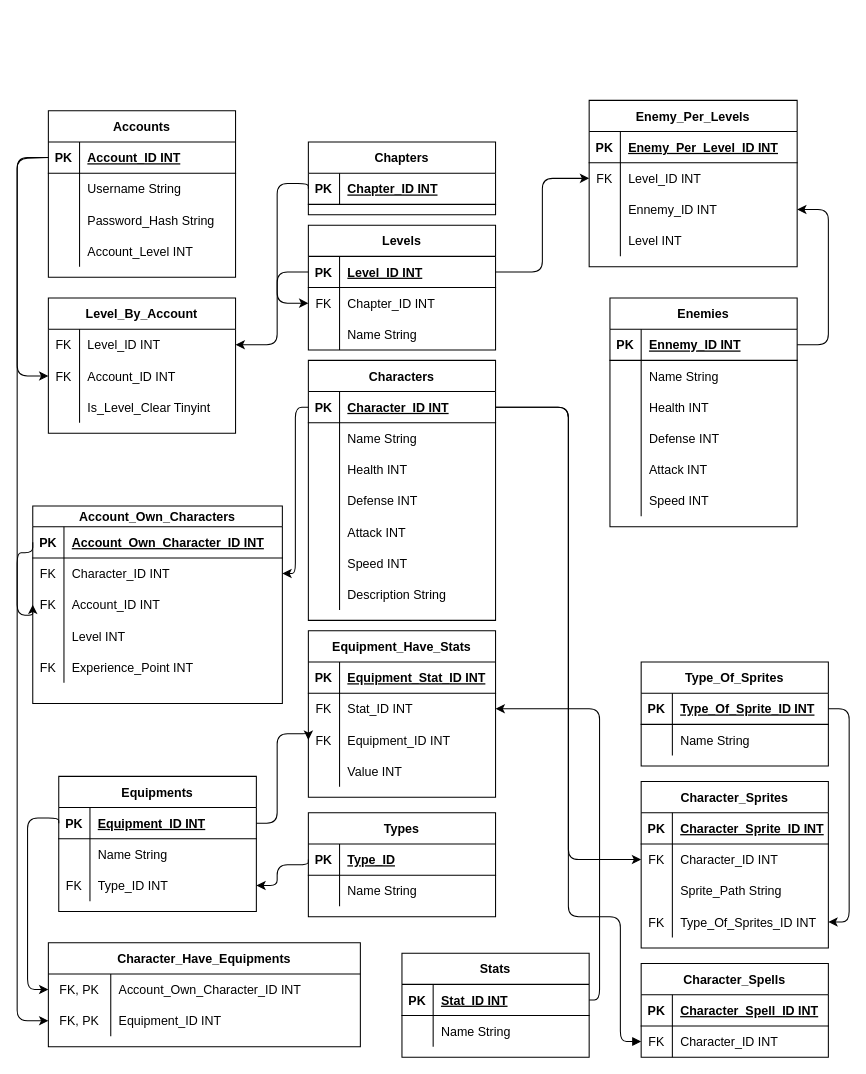
Above: Documentation/MLD.drawio in Nomeos/Code-TimeRewind (draw.io), before the change. Source tidied: cells renumbered, new cells numbered last; positions are measured from the earlier drawing's top-left corner, leaving out a move shared by most shapes. Both pictures are drawn from the tidied source at 104%, with x=0, y=0 at pixel (17, 100).
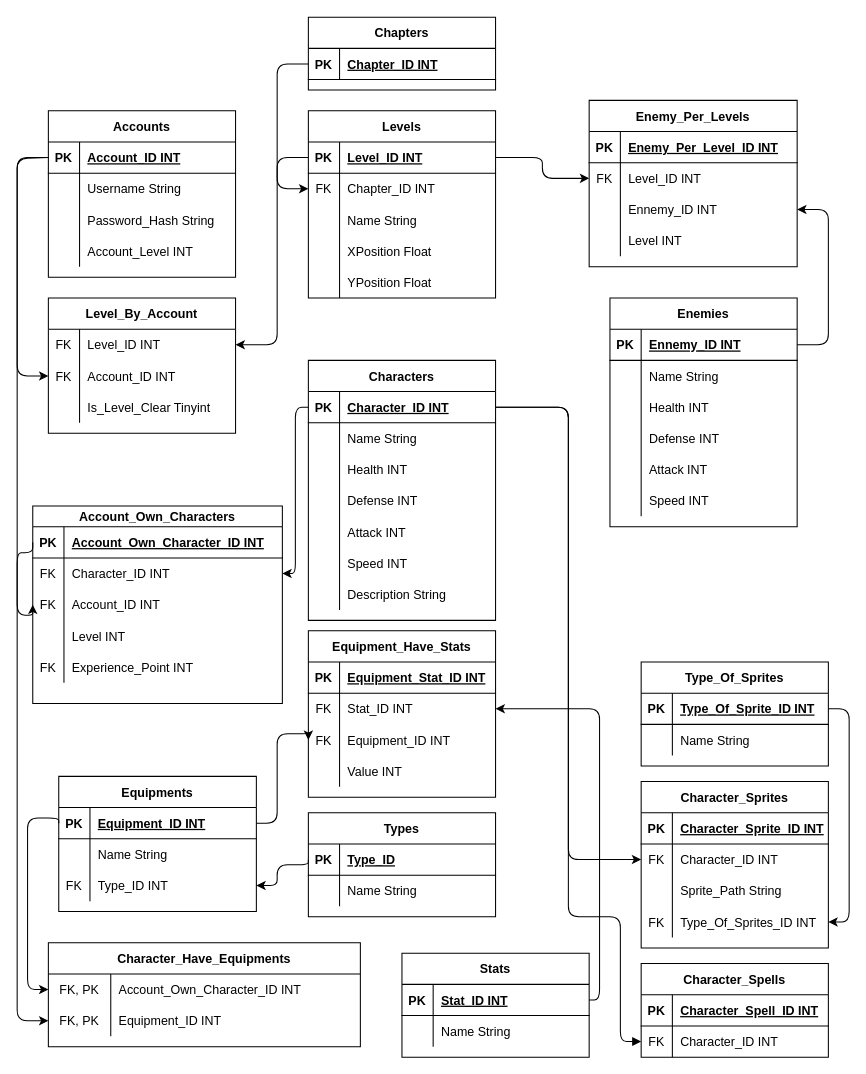
The same page after the edit.

Unchanged cells that the change refers to:
```xml
<mxCell id="152" style="shape=partialRectangle;fillColor=none;top=0;left=0;bottom=1;right=0;points=[[0,0.5],[1,0.5]];portConstraint=eastwest;" parent="151" vertex="1">
  <mxGeometry y="30" width="180" height="30" as="geometry" />
</mxCell>
<mxCell id="155" style="shape=partialRectangle;fillColor=none;top=0;left=0;bottom=0;right=0;points=[[0,0.5],[1,0.5]];portConstraint=eastwest;" parent="151" vertex="1">
  <mxGeometry y="60" width="180" height="30" as="geometry" />
</mxCell>
<mxCell id="164" style="shape=partialRectangle;fillColor=none;top=0;left=0;bottom=0;right=0;points=[[0,0.5],[1,0.5]];portConstraint=eastwest;" parent="163" vertex="1">
  <mxGeometry y="30" width="180" height="30" as="geometry" />
</mxCell>
<mxCell id="191" style="shape=partialRectangle;fillColor=none;top=0;left=0;bottom=1;right=0;points=[[0,0.5],[1,0.5]];portConstraint=eastwest;" parent="190" vertex="1">
  <mxGeometry y="30" width="180" height="30" as="geometry" />
</mxCell>
```

The edit, as a diff of the source:
```diff
@@
     <mxCell id="151" value="Levels" style="shape=table;startSize=30;childLayout=tableLayout;rowLines=0;fontStyle=1;align=center;" parent="1" vertex="1">
-      <mxGeometry x="280" y="120" width="180" height="120" as="geometry" />
+      <mxGeometry x="280" y="10" width="180" height="180" as="geometry" />
     </mxCell>
@@
+    <mxCell id="195" style="shape=partialRectangle;fillColor=none;top=0;left=0;bottom=0;right=0;" parent="151" vertex="1">
+      <mxGeometry y="120" width="180" height="30" as="geometry" />
+    </mxCell>
+    <mxCell id="196" style="shape=partialRectangle;fillColor=none;top=0;left=0;bottom=0;right=0;overflow=hidden;" parent="195" vertex="1">
+      <mxGeometry width="30" height="30" as="geometry" />
+    </mxCell>
+    <mxCell id="197" value="XPosition Float" style="shape=partialRectangle;fillColor=none;top=0;left=0;bottom=0;right=0;align=left;spacingLeft=6;overflow=hidden;" parent="195" vertex="1">
+      <mxGeometry x="30" width="150" height="30" as="geometry" />
+    </mxCell>
+    <mxCell id="198" style="shape=partialRectangle;fillColor=none;top=0;left=0;bottom=0;right=0;" parent="151" vertex="1">
+      <mxGeometry y="150" width="180" height="30" as="geometry" />
+    </mxCell>
+    <mxCell id="199" style="shape=partialRectangle;fillColor=none;top=0;left=0;bottom=0;right=0;overflow=hidden;" parent="198" vertex="1">
+      <mxGeometry width="30" height="30" as="geometry" />
+    </mxCell>
+    <mxCell id="200" value="YPosition Float" style="shape=partialRectangle;fillColor=none;top=0;left=0;bottom=0;right=0;align=left;spacingLeft=6;overflow=hidden;" parent="198" vertex="1">
+      <mxGeometry x="30" width="150" height="30" as="geometry" />
+    </mxCell>
@@
     <mxCell id="186" style="fontSize=12;html=1;endArrow=none;endFill=0;entryX=0;entryY=0.5;entryDx=0;entryDy=0;exitX=1;exitY=0.5;exitDx=0;exitDy=0;startArrow=classic;startFill=1;edgeStyle=orthogonalEdgeStyle;" parent="1" edge="1" source="164" target="152">
       <mxGeometry relative="1" as="geometry">
         <Array as="points">
           <mxPoint x="250" y="235" />
-          <mxPoint x="250" y="165" />
+          <mxPoint x="250" y="55" />
         </Array>
       </mxGeometry>
     </mxCell>
@@
     <mxCell id="190" value="Chapters" style="shape=table;startSize=30;childLayout=tableLayout;rowLines=0;fontStyle=1;align=center;" parent="1" vertex="1">
-      <mxGeometry x="280" y="40" width="180" height="70" as="geometry" />
+      <mxGeometry x="280" y="-80" width="180" height="70" as="geometry" />
     </mxCell>
@@
     <mxCell id="194" style="edgeStyle=orthogonalEdgeStyle;fontSize=12;html=1;endArrow=none;endFill=0;entryX=0;entryY=0.5;entryDx=0;entryDy=0;exitX=0;exitY=0.5;exitDx=0;exitDy=0;startArrow=classic;startFill=1;" parent="1" edge="1" source="155" target="191">
       <mxGeometry relative="1" as="geometry">
         <Array as="points">
-          <mxPoint x="250" y="195" />
-          <mxPoint x="250" y="80" />
-          <mxPoint x="280" y="80" />
+          <mxPoint x="250" y="85" />
+          <mxPoint x="250" y="-35" />
         </Array>
       </mxGeometry>
     </mxCell>
```
